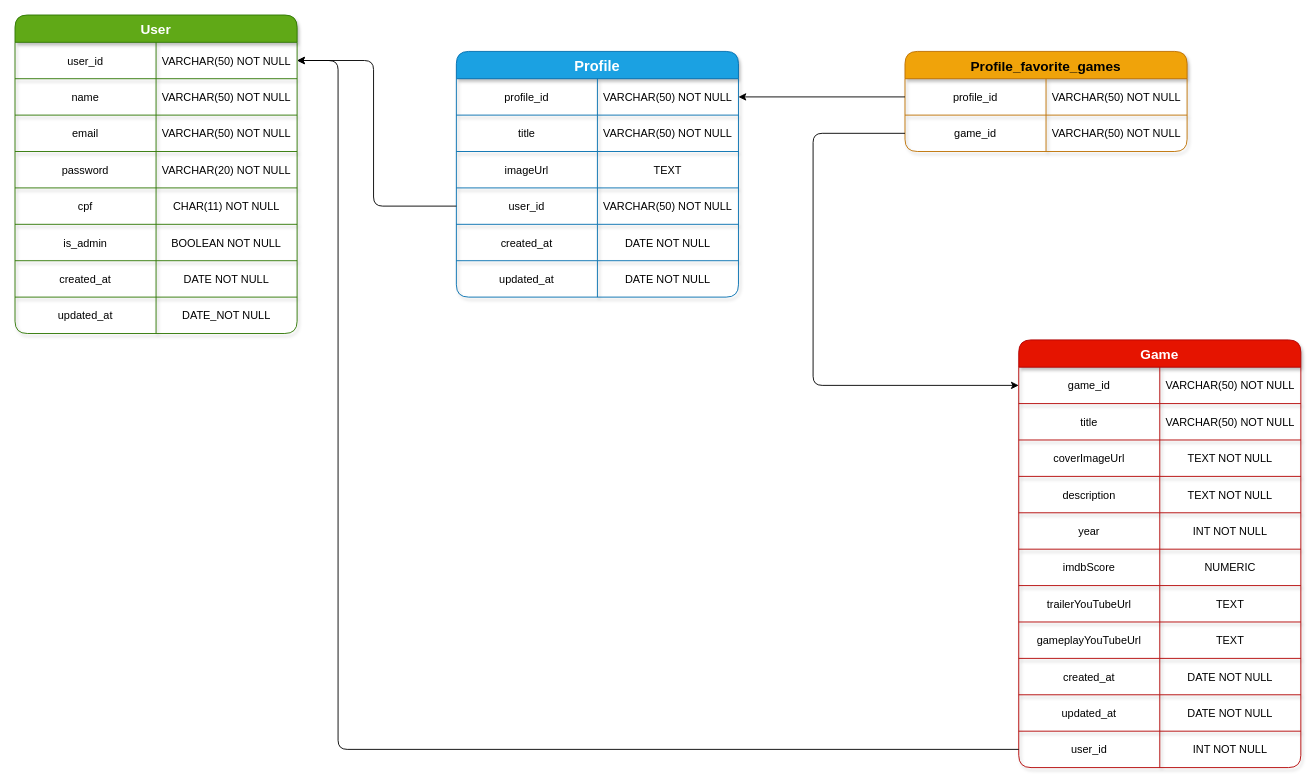
DouglasVolcato/xbox-live-backend-nest keeps this draw.io diagram as src/infra/database/diagram.drawio. Above is the earlier version. Source tidied: cells renumbered, new cells numbered last; positions are measured from the earlier drawing's top-left corner, leaving out a move shared by most shapes. Both pictures are drawn from the tidied source at 91%, with x=0, y=0 at pixel (15, 15).
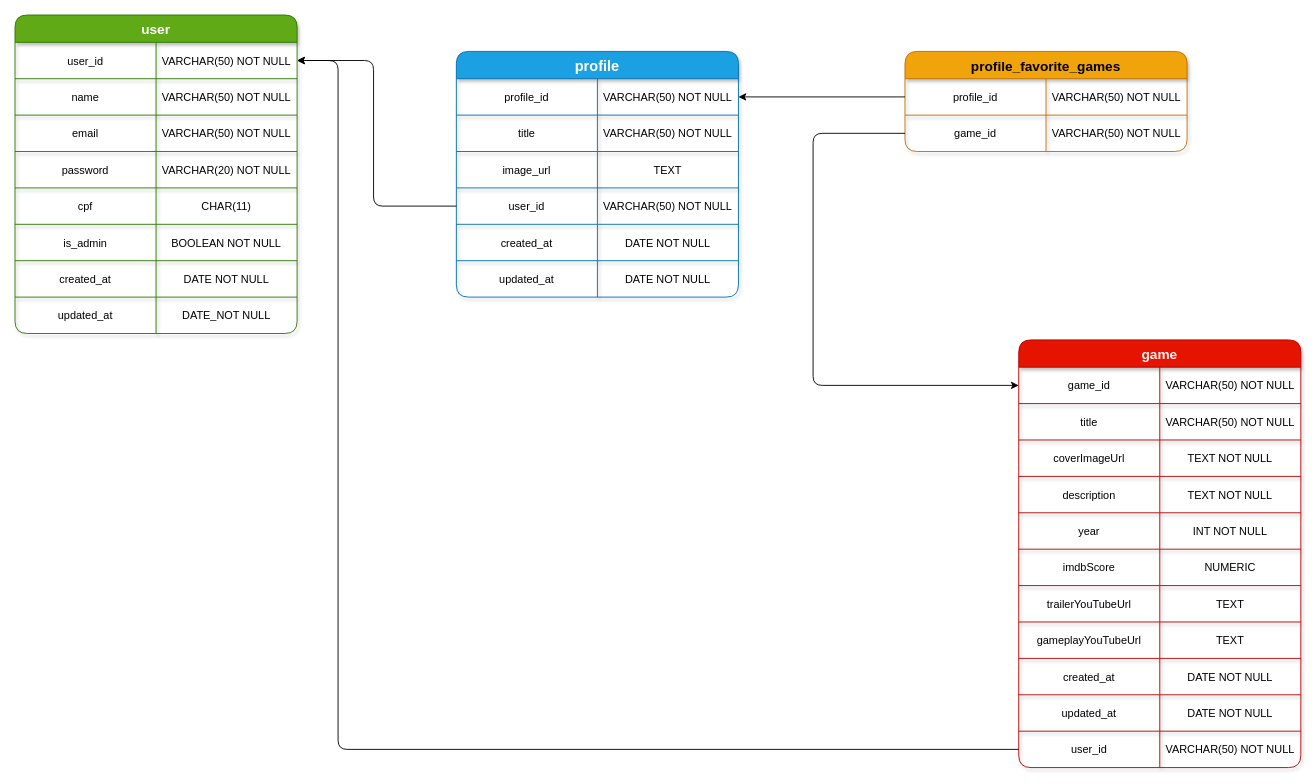
The same diagram, later.

Commit message:
fix: change table names

The change refers to these unchanged cells:
```xml
<mxCell id="15" style="shape=partialRectangle;fillColor=none;top=0;left=0;bottom=0;right=0;fontSize=12;spacing=0;labelBackgroundColor=none;labelBorderColor=none;strokeColor=default;" parent="2" vertex="1">
  <mxGeometry y="190" width="310" height="40" as="geometry" />
</mxCell>
<mxCell id="34" style="shape=partialRectangle;fillColor=none;top=0;left=0;bottom=0;right=0;fontSize=12;spacing=0;labelBackgroundColor=none;labelBorderColor=none;strokeColor=default;" parent="27" vertex="1">
  <mxGeometry y="110" width="310" height="40" as="geometry" />
</mxCell>
<mxCell id="77" style="shape=partialRectangle;fillColor=none;top=0;left=0;bottom=0;right=0;points=[[0,0.5],[1,0.5]];portConstraint=eastwest;fontSize=12;spacing=0;labelBackgroundColor=none;labelBorderColor=none;strokeColor=default;" parent="46" vertex="1">
  <mxGeometry y="430" width="310" height="40" as="geometry" />
</mxCell>
```

Diff of the diagram source:
```diff
@@
-    <mxCell id="2" value="User" style="shape=table;startSize=30;childLayout=tableLayout;fontSize=15;shadow=1;spacing=0;spacingTop=0;spacingRight=0;labelBackgroundColor=none;labelBorderColor=none;strokeColor=#2D7600;fillColor=#60a917;fontColor=#ffffff;fontStyle=1;rounded=1;" parent="1" vertex="1">
+    <mxCell id="2" value="user" style="shape=table;startSize=30;childLayout=tableLayout;fontSize=15;shadow=1;spacing=0;spacingTop=0;spacingRight=0;labelBackgroundColor=none;labelBorderColor=none;strokeColor=#2D7600;fillColor=#60a917;fontColor=#ffffff;fontStyle=1;rounded=1;" parent="1" vertex="1">
       <mxGeometry width="310" height="350" as="geometry" />
     </mxCell>
@@
-    <mxCell id="17" value="CHAR(11) NOT NULL" style="shape=partialRectangle;overflow=hidden;fillColor=none;top=0;left=0;bottom=0;right=0;fontSize=12;spacing=0;labelBackgroundColor=none;labelBorderColor=none;strokeColor=default;" parent="15" vertex="1">
+    <mxCell id="17" value="CHAR(11)" style="shape=partialRectangle;overflow=hidden;fillColor=none;top=0;left=0;bottom=0;right=0;fontSize=12;spacing=0;labelBackgroundColor=none;labelBorderColor=none;strokeColor=default;" parent="15" vertex="1">
       <mxGeometry x="155" width="155" height="40" as="geometry" />
     </mxCell>
@@
-    <mxCell id="27" value="Profile" style="shape=table;startSize=30;childLayout=tableLayout;fontSize=16;shadow=1;spacing=0;spacingTop=0;spacingRight=0;labelBackgroundColor=none;labelBorderColor=none;strokeColor=#006EAF;fillColor=#1ba1e2;fontStyle=1;fontColor=#ffffff;rounded=1;" parent="1" vertex="1">
+    <mxCell id="27" value="profile" style="shape=table;startSize=30;childLayout=tableLayout;fontSize=16;shadow=1;spacing=0;spacingTop=0;spacingRight=0;labelBackgroundColor=none;labelBorderColor=none;strokeColor=#006EAF;fillColor=#1ba1e2;fontStyle=1;fontColor=#ffffff;rounded=1;" parent="1" vertex="1">
       <mxGeometry x="485" y="40" width="310" height="270" as="geometry" />
     </mxCell>
@@
-    <mxCell id="35" value="imageUrl" style="shape=partialRectangle;overflow=hidden;fillColor=none;top=0;left=0;bottom=0;right=0;fontSize=12;spacing=0;labelBackgroundColor=none;labelBorderColor=none;strokeColor=default;" parent="34" vertex="1">
+    <mxCell id="35" value="image_url" style="shape=partialRectangle;overflow=hidden;fillColor=none;top=0;left=0;bottom=0;right=0;fontSize=12;spacing=0;labelBackgroundColor=none;labelBorderColor=none;strokeColor=default;" parent="34" vertex="1">
       <mxGeometry width="155" height="40" as="geometry" />
     </mxCell>
@@
-    <mxCell id="46" value="Game" style="shape=table;startSize=30;childLayout=tableLayout;fontSize=15;shadow=1;spacing=0;spacingTop=0;spacingRight=0;labelBackgroundColor=none;labelBorderColor=none;strokeColor=#B20000;fillColor=#e51400;fontColor=#ffffff;rounded=1;fontStyle=1;" parent="1" vertex="1">
+    <mxCell id="46" value="game" style="shape=table;startSize=30;childLayout=tableLayout;fontSize=15;shadow=1;spacing=0;spacingTop=0;spacingRight=0;labelBackgroundColor=none;labelBorderColor=none;strokeColor=#B20000;fillColor=#e51400;fontColor=#ffffff;rounded=1;fontStyle=1;" parent="1" vertex="1">
       <mxGeometry x="1103" y="357" width="310" height="470" as="geometry" />
     </mxCell>
@@
-    <mxCell id="79" value="INT NOT NULL" style="shape=partialRectangle;overflow=hidden;fillColor=none;top=0;left=0;bottom=0;right=0;fontSize=12;spacing=0;labelBackgroundColor=none;labelBorderColor=none;strokeColor=default;" parent="77" vertex="1">
+    <mxCell id="79" value="VARCHAR(50) NOT NULL" style="shape=partialRectangle;overflow=hidden;fillColor=none;top=0;left=0;bottom=0;right=0;fontSize=12;spacing=0;labelBackgroundColor=none;labelBorderColor=none;strokeColor=default;" parent="77" vertex="1">
       <mxGeometry x="155" width="155" height="40" as="geometry" />
     </mxCell>
@@
-    <mxCell id="81" value="Profile_favorite_games" style="shape=table;startSize=30;childLayout=tableLayout;fontSize=15;shadow=1;spacing=0;spacingTop=0;spacingRight=0;labelBackgroundColor=none;labelBorderColor=none;strokeColor=#BD7000;fillColor=#f0a30a;fontColor=#000000;fontStyle=1;rounded=1;" parent="1" vertex="1">
+    <mxCell id="81" value="profile_favorite_games" style="shape=table;startSize=30;childLayout=tableLayout;fontSize=15;shadow=1;spacing=0;spacingTop=0;spacingRight=0;labelBackgroundColor=none;labelBorderColor=none;strokeColor=#BD7000;fillColor=#f0a30a;fontColor=#000000;fontStyle=1;rounded=1;" parent="1" vertex="1">
       <mxGeometry x="978" y="40" width="310" height="110" as="geometry" />
     </mxCell>
```
